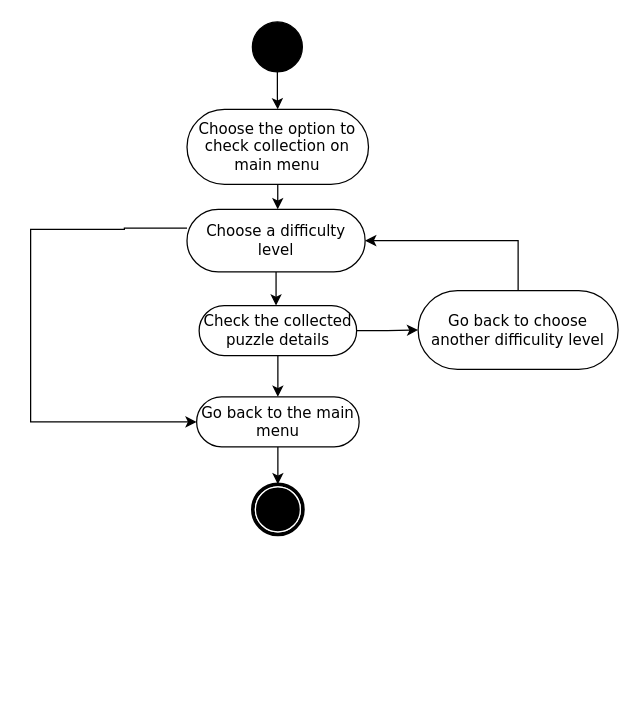
Earlier version of the draw.io diagram check collection.drawio (maxinimize/uml). Source tidied: cells renumbered, new cells numbered last; positions are measured from the earlier drawing's top-left corner, leaving out a move shared by most shapes. Both pictures are drawn from the tidied source at 125%, with x=0, y=0 at pixel (30, 21).
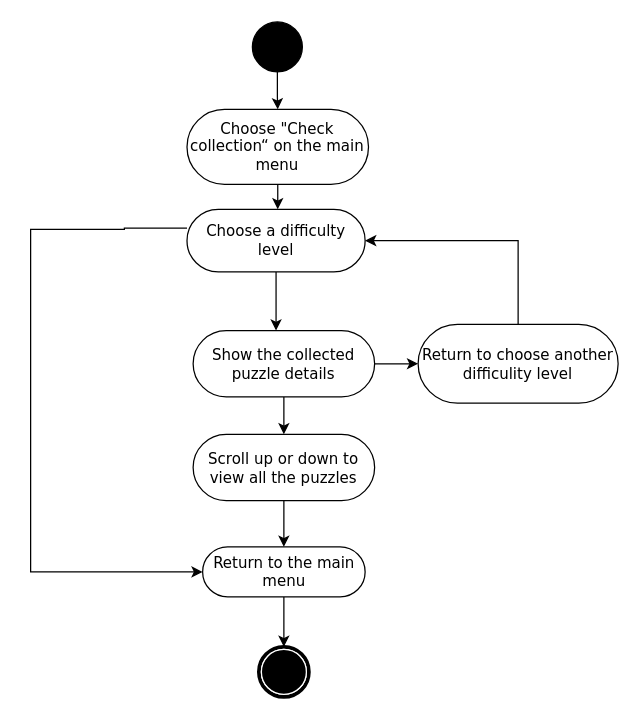
The same diagram, later.

The change refers to these unchanged cells:
```xml
<mxCell id="4" value="Choose a difficulty level" style="rounded=1;whiteSpace=wrap;html=1;shadow=0;comic=0;labelBackgroundColor=none;strokeWidth=1;fontFamily=Verdana;fontSize=12;align=center;arcSize=50;" parent="1" vertex="1">
  <mxGeometry x="125.1" y="150" width="142.5" height="50" as="geometry" />
</mxCell>
```

The edit, as a diff of the source:
```diff
@@
     <mxCell id="3" style="edgeStyle=orthogonalEdgeStyle;rounded=0;jettySize=auto;html=1;entryX=0;entryY=0.5;entryDx=0;entryDy=0;" parent="1" edge="1" source="4" target="14">
       <mxGeometry relative="1" as="geometry">
         <Array as="points">
           <mxPoint x="75" y="165" />
           <mxPoint x="75" y="166" />
           <mxPoint y="166" />
-          <mxPoint y="320" />
-          <mxPoint x="125" y="320" />
+          <mxPoint y="440" />
         </Array>
       </mxGeometry>
     </mxCell>
@@
-    <mxCell id="7" style="edgeStyle=orthogonalEdgeStyle;rounded=0;jettySize=auto;html=1;" parent="1" edge="1" source="9" target="14">
-      <mxGeometry relative="1" as="geometry" />
-    </mxCell>
@@
+    <mxCell id="17" style="edgeStyle=orthogonalEdgeStyle;rounded=0;jettySize=auto;html=1;" parent="1" edge="1" source="9" target="19">
+      <mxGeometry relative="1" as="geometry" />
+    </mxCell>
-    <mxCell id="9" value="Check the collected puzzle details" style="rounded=1;whiteSpace=wrap;html=1;shadow=0;comic=0;labelBackgroundColor=none;strokeWidth=1;fontFamily=Verdana;fontSize=12;align=center;arcSize=50;" parent="1" vertex="1">
-      <mxGeometry x="134.8" y="227" width="126" height="40" as="geometry" />
+    <mxCell id="9" value="Show the collected puzzle details" style="rounded=1;whiteSpace=wrap;html=1;shadow=0;comic=0;labelBackgroundColor=none;strokeWidth=1;fontFamily=Verdana;fontSize=12;align=center;arcSize=50;" parent="1" vertex="1">
+      <mxGeometry x="130" y="247" width="145.2" height="53" as="geometry" />
     </mxCell>
     <mxCell id="10" style="shape=mxgraph.bpmn.shape;html=1;verticalLabelPosition=bottom;labelBackgroundColor=#ffffff;verticalAlign=top;perimeter=ellipsePerimeter;outline=end;symbol=terminate;rounded=0;shadow=0;comic=0;strokeWidth=1;fontFamily=Verdana;fontSize=12;align=center;" parent="1" vertex="1">
-      <mxGeometry x="177.8" y="370" width="40" height="40" as="geometry" />
+      <mxGeometry x="182.6" y="500" width="40" height="40" as="geometry" />
     </mxCell>
@@
-    <mxCell id="12" value="Choose the option to check collection on main menu" style="rounded=1;whiteSpace=wrap;html=1;shadow=0;comic=0;labelBackgroundColor=none;strokeWidth=1;fontFamily=Verdana;fontSize=12;align=center;arcSize=50;" parent="1" vertex="1">
+    <mxCell id="12" value="Choose &quot;Check collection“ on the main menu" style="rounded=1;whiteSpace=wrap;html=1;shadow=0;comic=0;labelBackgroundColor=none;strokeWidth=1;fontFamily=Verdana;fontSize=12;align=center;arcSize=50;" parent="1" vertex="1">
       <mxGeometry x="125.1" y="70" width="145.2" height="60" as="geometry" />
     </mxCell>
@@
-    <mxCell id="14" value="Go back to the main menu" style="rounded=1;whiteSpace=wrap;html=1;shadow=0;comic=0;labelBackgroundColor=none;strokeWidth=1;fontFamily=Verdana;fontSize=12;align=center;arcSize=50;" parent="1" vertex="1">
-      <mxGeometry x="132.8" y="300" width="130" height="40" as="geometry" />
+    <mxCell id="14" value="Return to the main menu" style="rounded=1;whiteSpace=wrap;html=1;shadow=0;comic=0;labelBackgroundColor=none;strokeWidth=1;fontFamily=Verdana;fontSize=12;align=center;arcSize=50;" parent="1" vertex="1">
+      <mxGeometry x="137.6" y="420" width="130" height="40" as="geometry" />
     </mxCell>
@@
-    <mxCell id="16" value="Go back to choose another difficulity level" style="rounded=1;whiteSpace=wrap;html=1;shadow=0;comic=0;labelBackgroundColor=none;strokeWidth=1;fontFamily=Verdana;fontSize=12;align=center;arcSize=50;" parent="1" vertex="1">
-      <mxGeometry x="310" y="215" width="160" height="63" as="geometry" />
+    <mxCell id="16" value="Return to choose another difficulity level" style="rounded=1;whiteSpace=wrap;html=1;shadow=0;comic=0;labelBackgroundColor=none;strokeWidth=1;fontFamily=Verdana;fontSize=12;align=center;arcSize=50;" parent="1" vertex="1">
+      <mxGeometry x="310" y="242" width="160" height="63" as="geometry" />
     </mxCell>
+    <mxCell id="18" style="edgeStyle=orthogonalEdgeStyle;rounded=0;jettySize=auto;html=1;" parent="1" edge="1" source="19" target="14">
+      <mxGeometry relative="1" as="geometry" />
+    </mxCell>
+    <mxCell id="19" value="Scroll up or down to view all the puzzles" style="rounded=1;whiteSpace=wrap;html=1;shadow=0;comic=0;labelBackgroundColor=none;strokeWidth=1;fontFamily=Verdana;fontSize=12;align=center;arcSize=50;" parent="1" vertex="1">
+      <mxGeometry x="130" y="330" width="145.2" height="53" as="geometry" />
+    </mxCell>
```
